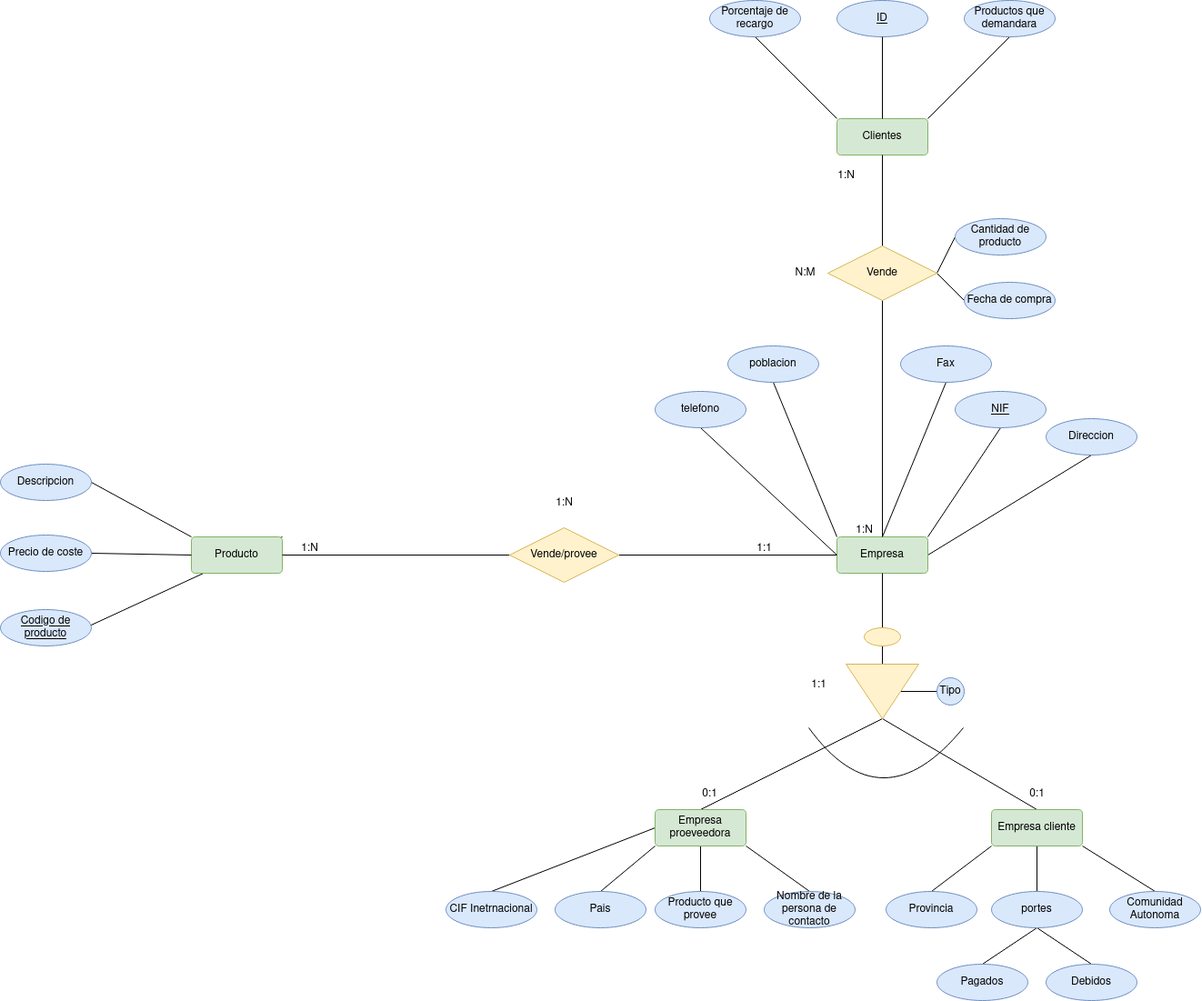
DavidRiccio/base-datos keeps this draw.io diagram as Unidad-1/Tareas/Tarea-evaluable-4/tarea-evaluable-4.drawio.png. Above is the earlier version. Source tidied: cells renumbered, new cells last; positions are measured from the earlier drawing's top-left corner, leaving out a move shared by most shapes. Its diagram source:
```xml
<mxGraphModel>
  <root>
    <mxCell id="0" />
    <mxCell id="1" parent="0" />
    <mxCell id="2" style="rounded=0;jettySize=auto;html=1;exitX=0.5;exitY=0;exitDx=0;exitDy=0;entryX=0.5;entryY=1;entryDx=0;entryDy=0;endArrow=none;endFill=0;" parent="1" edge="1" source="10" target="58">
      <mxGeometry relative="1" as="geometry" />
    </mxCell>
    <mxCell id="3" style="rounded=0;jettySize=auto;html=1;exitX=1;exitY=0.5;exitDx=0;exitDy=0;entryX=0.5;entryY=0;entryDx=0;entryDy=0;endArrow=none;endFill=0;" parent="1" edge="1" source="21" target="14">
      <mxGeometry relative="1" as="geometry" />
    </mxCell>
    <mxCell id="4" style="rounded=0;jettySize=auto;html=1;exitX=1;exitY=0.5;exitDx=0;exitDy=0;entryX=0.5;entryY=0;entryDx=0;entryDy=0;endArrow=none;endFill=0;" parent="1" edge="1" source="21" target="19">
      <mxGeometry relative="1" as="geometry" />
    </mxCell>
    <mxCell id="5" style="rounded=0;jettySize=auto;html=1;exitX=0.5;exitY=1;exitDx=0;exitDy=0;entryX=0;entryY=0.5;entryDx=0;entryDy=0;endArrow=none;endFill=0;" parent="1" edge="1" source="40" target="21">
      <mxGeometry relative="1" as="geometry" />
    </mxCell>
    <mxCell id="6" style="rounded=0;jettySize=auto;html=1;exitX=0;exitY=0.5;exitDx=0;exitDy=0;entryX=0.5;entryY=1;entryDx=0;entryDy=0;endArrow=none;endFill=0;" parent="1" edge="1" source="10" target="26">
      <mxGeometry relative="1" as="geometry" />
    </mxCell>
    <mxCell id="7" style="rounded=0;jettySize=auto;html=1;exitX=0;exitY=0;exitDx=0;exitDy=0;entryX=0.5;entryY=1;entryDx=0;entryDy=0;endArrow=none;endFill=0;" parent="1" edge="1" source="10" target="25">
      <mxGeometry relative="1" as="geometry" />
    </mxCell>
    <mxCell id="8" style="rounded=0;jettySize=auto;html=1;exitX=1;exitY=0;exitDx=0;exitDy=0;entryX=0.5;entryY=1;entryDx=0;entryDy=0;endArrow=none;endFill=0;" parent="1" edge="1" source="10" target="23">
      <mxGeometry relative="1" as="geometry" />
    </mxCell>
    <mxCell id="9" style="rounded=0;jettySize=auto;html=1;exitX=1;exitY=0.5;exitDx=0;exitDy=0;entryX=0.5;entryY=1;entryDx=0;entryDy=0;endArrow=none;endFill=0;" parent="1" edge="1" source="10" target="24">
      <mxGeometry relative="1" as="geometry" />
    </mxCell>
    <mxCell id="10" value="Empresa" style="rounded=1;arcSize=10;whiteSpace=wrap;html=1;align=center;fillColor=#d5e8d4;strokeColor=#82b366;" parent="1" vertex="1">
      <mxGeometry x="920" y="590" width="100" height="40" as="geometry" />
    </mxCell>
    <mxCell id="11" style="rounded=0;jettySize=auto;html=1;exitX=0;exitY=1;exitDx=0;exitDy=0;entryX=0.5;entryY=0;entryDx=0;entryDy=0;endArrow=none;endFill=0;" parent="1" edge="1" source="14" target="28">
      <mxGeometry relative="1" as="geometry" />
    </mxCell>
    <mxCell id="12" style="rounded=0;jettySize=auto;html=1;exitX=0.5;exitY=1;exitDx=0;exitDy=0;entryX=0.5;entryY=0;entryDx=0;entryDy=0;endArrow=none;endFill=0;" parent="1" edge="1" source="14" target="31">
      <mxGeometry relative="1" as="geometry" />
    </mxCell>
    <mxCell id="13" style="rounded=0;jettySize=auto;html=1;exitX=1;exitY=1;exitDx=0;exitDy=0;entryX=0.5;entryY=0;entryDx=0;entryDy=0;endArrow=none;endFill=0;" parent="1" edge="1" source="14" target="27">
      <mxGeometry relative="1" as="geometry" />
    </mxCell>
    <mxCell id="14" value="Empresa cliente" style="rounded=1;arcSize=10;whiteSpace=wrap;html=1;align=center;fillColor=#d5e8d4;strokeColor=#82b366;" parent="1" vertex="1">
      <mxGeometry x="1090" y="890" width="100" height="40" as="geometry" />
    </mxCell>
    <mxCell id="15" style="rounded=0;jettySize=auto;html=1;exitX=0;exitY=0.5;exitDx=0;exitDy=0;entryX=0.5;entryY=0;entryDx=0;entryDy=0;endArrow=none;endFill=0;" parent="1" edge="1" source="19" target="34">
      <mxGeometry relative="1" as="geometry" />
    </mxCell>
    <mxCell id="16" style="rounded=0;jettySize=auto;html=1;exitX=1;exitY=1;exitDx=0;exitDy=0;entryX=0.5;entryY=0;entryDx=0;entryDy=0;endArrow=none;endFill=0;" parent="1" edge="1" source="19" target="35">
      <mxGeometry relative="1" as="geometry" />
    </mxCell>
    <mxCell id="17" style="rounded=0;jettySize=auto;html=1;exitX=0;exitY=1;exitDx=0;exitDy=0;entryX=0.5;entryY=0;entryDx=0;entryDy=0;fillColor=#dae8fc;strokeColor=#000000;endArrow=none;endFill=0;" parent="1" edge="1" source="19" target="59">
      <mxGeometry relative="1" as="geometry" />
    </mxCell>
    <mxCell id="18" style="edgeStyle=orthogonalEdgeStyle;rounded=0;jettySize=auto;html=1;exitX=0.5;exitY=1;exitDx=0;exitDy=0;entryX=0.5;entryY=0;entryDx=0;entryDy=0;endArrow=none;endFill=0;" parent="1" edge="1" source="19" target="60">
      <mxGeometry relative="1" as="geometry" />
    </mxCell>
    <mxCell id="19" value="Empresa proeveedora" style="rounded=1;arcSize=10;whiteSpace=wrap;html=1;align=center;fillColor=#d5e8d4;strokeColor=#82b366;" parent="1" vertex="1">
      <mxGeometry x="720" y="890" width="100" height="40" as="geometry" />
    </mxCell>
    <mxCell id="20" style="edgeStyle=orthogonalEdgeStyle;rounded=0;jettySize=auto;html=1;endArrow=none;endFill=0;" parent="1" edge="1" source="21">
      <mxGeometry relative="1" as="geometry">
        <mxPoint x="1030" y="760" as="targetPoint" />
      </mxGeometry>
    </mxCell>
    <mxCell id="21" style="triangle;whiteSpace=wrap;html=1;rotation=90;fillColor=#fff2cc;strokeColor=#d6b656;direction=east;" parent="1" vertex="1">
      <mxGeometry x="940" y="720" width="60" height="80" as="geometry" />
    </mxCell>
    <mxCell id="22" value="Tipo" style="ellipse;whiteSpace=wrap;html=1;align=center;fillColor=#dae8fc;strokeColor=#6c8ebf;direction=south;" parent="1" vertex="1">
      <mxGeometry x="1030" y="745" width="30" height="30" as="geometry" />
    </mxCell>
    <mxCell id="23" value="NIF" style="ellipse;whiteSpace=wrap;html=1;align=center;fontStyle=4;fillColor=#dae8fc;strokeColor=#6c8ebf;" parent="1" vertex="1">
      <mxGeometry x="1050" y="430" width="100" height="40" as="geometry" />
    </mxCell>
    <mxCell id="24" value="Direccion" style="ellipse;whiteSpace=wrap;html=1;align=center;fillColor=#dae8fc;strokeColor=#6c8ebf;" parent="1" vertex="1">
      <mxGeometry x="1150" y="460" width="100" height="40" as="geometry" />
    </mxCell>
    <mxCell id="25" value="poblacion" style="ellipse;whiteSpace=wrap;html=1;align=center;fillColor=#dae8fc;strokeColor=#6c8ebf;" parent="1" vertex="1">
      <mxGeometry x="800" y="380" width="100" height="40" as="geometry" />
    </mxCell>
    <mxCell id="26" value="telefono" style="ellipse;whiteSpace=wrap;html=1;align=center;fillColor=#dae8fc;strokeColor=#6c8ebf;" parent="1" vertex="1">
      <mxGeometry x="720" y="430" width="100" height="40" as="geometry" />
    </mxCell>
    <mxCell id="27" value="Comunidad Autonoma" style="ellipse;whiteSpace=wrap;html=1;align=center;fillColor=#dae8fc;strokeColor=#6c8ebf;" parent="1" vertex="1">
      <mxGeometry x="1220" y="980" width="100" height="40" as="geometry" />
    </mxCell>
    <mxCell id="28" value="Provincia" style="ellipse;whiteSpace=wrap;html=1;align=center;fillColor=#dae8fc;strokeColor=#6c8ebf;" parent="1" vertex="1">
      <mxGeometry x="974" y="980" width="100" height="40" as="geometry" />
    </mxCell>
    <mxCell id="29" style="rounded=0;jettySize=auto;html=1;exitX=0.5;exitY=1;exitDx=0;exitDy=0;entryX=0.5;entryY=0;entryDx=0;entryDy=0;fillColor=#dae8fc;strokeColor=#000000;endArrow=none;endFill=0;" parent="1" edge="1" source="31" target="33">
      <mxGeometry relative="1" as="geometry" />
    </mxCell>
    <mxCell id="30" style="rounded=0;jettySize=auto;html=1;exitX=0.5;exitY=1;exitDx=0;exitDy=0;entryX=0.5;entryY=0;entryDx=0;entryDy=0;fillColor=#dae8fc;strokeColor=#000000;endArrow=none;endFill=0;" parent="1" edge="1" source="31" target="32">
      <mxGeometry relative="1" as="geometry" />
    </mxCell>
    <mxCell id="31" value="portes" style="ellipse;whiteSpace=wrap;html=1;align=center;fillColor=#dae8fc;strokeColor=#6c8ebf;" parent="1" vertex="1">
      <mxGeometry x="1090" y="980" width="100" height="40" as="geometry" />
    </mxCell>
    <mxCell id="32" value="Debidos" style="ellipse;whiteSpace=wrap;html=1;align=center;fillColor=#dae8fc;strokeColor=#6c8ebf;" parent="1" vertex="1">
      <mxGeometry x="1150" y="1060" width="100" height="40" as="geometry" />
    </mxCell>
    <mxCell id="33" value="Pagados" style="ellipse;whiteSpace=wrap;html=1;align=center;fillColor=#dae8fc;strokeColor=#6c8ebf;" parent="1" vertex="1">
      <mxGeometry x="1030" y="1060" width="100" height="40" as="geometry" />
    </mxCell>
    <mxCell id="34" value="CIF Inetrnacional " style="ellipse;whiteSpace=wrap;html=1;align=center;fillColor=#dae8fc;strokeColor=#6c8ebf;" parent="1" vertex="1">
      <mxGeometry x="490" y="980" width="100" height="40" as="geometry" />
    </mxCell>
    <mxCell id="35" value="Nombre de la persona de contacto" style="ellipse;whiteSpace=wrap;html=1;align=center;fillColor=#dae8fc;strokeColor=#6c8ebf;" parent="1" vertex="1">
      <mxGeometry x="840" y="980" width="100" height="40" as="geometry" />
    </mxCell>
    <mxCell id="36" style="rounded=0;jettySize=auto;html=1;exitX=0;exitY=0;exitDx=0;exitDy=0;entryX=1;entryY=0.5;entryDx=0;entryDy=0;endArrow=none;endFill=0;" parent="1" edge="1" source="38" target="46">
      <mxGeometry relative="1" as="geometry" />
    </mxCell>
    <mxCell id="37" style="rounded=0;jettySize=auto;html=1;exitX=1;exitY=0;exitDx=0;exitDy=0;entryX=0.5;entryY=1;entryDx=0;entryDy=0;endArrow=none;endFill=0;" parent="1" edge="1" source="38" target="45">
      <mxGeometry relative="1" as="geometry" />
    </mxCell>
    <mxCell id="38" value="Producto" style="rounded=1;arcSize=10;whiteSpace=wrap;html=1;align=center;fillColor=#d5e8d4;strokeColor=#82b366;" parent="1" vertex="1">
      <mxGeometry x="210" y="590" width="100" height="40" as="geometry" />
    </mxCell>
    <mxCell id="39" style="rounded=0;jettySize=auto;html=1;exitX=0.5;exitY=1;exitDx=0;exitDy=0;entryX=0.5;entryY=0;entryDx=0;entryDy=0;endArrow=none;endFill=0;" parent="1" edge="1" source="10" target="40">
      <mxGeometry relative="1" as="geometry" />
    </mxCell>
    <mxCell id="40" style="ellipse;whiteSpace=wrap;html=1;align=center;fillColor=#fff2cc;strokeColor=#d6b656;" parent="1" vertex="1">
      <mxGeometry x="950" y="690" width="40" height="20" as="geometry" />
    </mxCell>
    <mxCell id="41" style="endArrow=none;html=1;curved=1;" parent="1" edge="1">
      <mxGeometry relative="1" as="geometry">
        <mxPoint x="889" y="800" as="sourcePoint" />
        <mxPoint x="1059" y="800" as="targetPoint" />
        <Array as="points">
          <mxPoint x="969" y="910" />
        </Array>
      </mxGeometry>
    </mxCell>
    <mxCell id="42" style="endArrow=none;html=1;rounded=0;exitX=1;exitY=0.5;exitDx=0;exitDy=0;entryX=0;entryY=0.5;entryDx=0;entryDy=0;" parent="1" edge="1" source="44" target="10">
      <mxGeometry relative="1" as="geometry" />
    </mxCell>
    <mxCell id="43" style="endArrow=none;html=1;rounded=0;exitX=1;exitY=0.5;exitDx=0;exitDy=0;entryX=0;entryY=0.5;entryDx=0;entryDy=0;" parent="1" edge="1" source="38" target="44">
      <mxGeometry relative="1" as="geometry" />
    </mxCell>
    <mxCell id="44" value="Vende/provee" style="shape=rhombus;perimeter=rhombusPerimeter;whiteSpace=wrap;html=1;align=center;fillColor=#fff2cc;strokeColor=#d6b656;" parent="1" vertex="1">
      <mxGeometry x="560" y="580" width="120" height="60" as="geometry" />
    </mxCell>
    <mxCell id="45" value="Codigo de producto" style="ellipse;whiteSpace=wrap;html=1;align=center;fontStyle=4;fillColor=#dae8fc;strokeColor=#6c8ebf;" parent="1" vertex="1">
      <mxGeometry y="670" width="100" height="40" as="geometry" />
    </mxCell>
    <mxCell id="46" value="Descripcion" style="ellipse;whiteSpace=wrap;html=1;align=center;fillColor=#dae8fc;strokeColor=#6c8ebf;" parent="1" vertex="1">
      <mxGeometry y="510" width="100" height="40" as="geometry" />
    </mxCell>
    <mxCell id="47" style="rounded=0;jettySize=auto;html=1;exitX=1;exitY=0.5;exitDx=0;exitDy=0;entryX=0;entryY=0.5;entryDx=0;entryDy=0;endArrow=none;endFill=0;" parent="1" edge="1" source="48" target="38">
      <mxGeometry relative="1" as="geometry" />
    </mxCell>
    <mxCell id="48" value="Precio de coste" style="ellipse;whiteSpace=wrap;html=1;align=center;fillColor=#dae8fc;strokeColor=#6c8ebf;" parent="1" vertex="1">
      <mxGeometry y="588" width="100" height="40" as="geometry" />
    </mxCell>
    <mxCell id="49" style="rounded=0;jettySize=auto;html=1;exitX=1;exitY=0;exitDx=0;exitDy=0;entryX=0.5;entryY=1;entryDx=0;entryDy=0;endArrow=none;endFill=0;" parent="1" edge="1" source="51" target="57">
      <mxGeometry relative="1" as="geometry" />
    </mxCell>
    <mxCell id="50" style="rounded=0;jettySize=auto;html=1;exitX=0;exitY=0;exitDx=0;exitDy=0;entryX=0.5;entryY=1;entryDx=0;entryDy=0;endArrow=none;endFill=0;" parent="1" edge="1" source="51" target="56">
      <mxGeometry relative="1" as="geometry" />
    </mxCell>
    <mxCell id="51" value="Clientes" style="rounded=1;arcSize=10;whiteSpace=wrap;html=1;align=center;fillColor=#d5e8d4;strokeColor=#82b366;" parent="1" vertex="1">
      <mxGeometry x="920" y="130" width="100" height="40" as="geometry" />
    </mxCell>
    <mxCell id="52" style="endArrow=none;html=1;rounded=0;exitX=0.5;exitY=0;exitDx=0;exitDy=0;entryX=0.5;entryY=1;entryDx=0;entryDy=0;" parent="1" edge="1" source="10" target="51">
      <mxGeometry relative="1" as="geometry" />
    </mxCell>
    <mxCell id="53" style="rounded=0;jettySize=auto;html=1;exitX=1;exitY=0.5;exitDx=0;exitDy=0;entryX=0;entryY=0.5;entryDx=0;entryDy=0;endArrow=none;endFill=0;" parent="1" edge="1" source="55" target="62">
      <mxGeometry relative="1" as="geometry" />
    </mxCell>
    <mxCell id="54" style="rounded=0;jettySize=auto;html=1;entryX=0;entryY=0.5;entryDx=0;entryDy=0;endArrow=none;endFill=0;exitX=1;exitY=0.5;exitDx=0;exitDy=0;" parent="1" edge="1" source="55" target="61">
      <mxGeometry relative="1" as="geometry" />
    </mxCell>
    <mxCell id="55" value="Vende" style="shape=rhombus;perimeter=rhombusPerimeter;whiteSpace=wrap;html=1;align=center;fillColor=#fff2cc;strokeColor=#d6b656;" parent="1" vertex="1">
      <mxGeometry x="910" y="270" width="120" height="60" as="geometry" />
    </mxCell>
    <mxCell id="56" value="Porcentaje de recargo " style="ellipse;whiteSpace=wrap;html=1;align=center;fillColor=#dae8fc;strokeColor=#6c8ebf;" parent="1" vertex="1">
      <mxGeometry x="780" width="100" height="40" as="geometry" />
    </mxCell>
    <mxCell id="57" value="Productos que demandara" style="ellipse;whiteSpace=wrap;html=1;align=center;fillColor=#dae8fc;strokeColor=#6c8ebf;" parent="1" vertex="1">
      <mxGeometry x="1060" width="100" height="40" as="geometry" />
    </mxCell>
    <mxCell id="58" value="Fax" style="ellipse;whiteSpace=wrap;html=1;align=center;fillColor=#dae8fc;strokeColor=#6c8ebf;" parent="1" vertex="1">
      <mxGeometry x="990" y="380" width="100" height="40" as="geometry" />
    </mxCell>
    <mxCell id="59" value="Pais" style="ellipse;whiteSpace=wrap;html=1;align=center;fillColor=#dae8fc;strokeColor=#6c8ebf;" parent="1" vertex="1">
      <mxGeometry x="610" y="980" width="100" height="40" as="geometry" />
    </mxCell>
    <mxCell id="60" value="Producto que provee" style="ellipse;whiteSpace=wrap;html=1;align=center;fillColor=#dae8fc;strokeColor=#6c8ebf;" parent="1" vertex="1">
      <mxGeometry x="720" y="980" width="100" height="40" as="geometry" />
    </mxCell>
    <mxCell id="61" value="Cantidad de producto" style="ellipse;whiteSpace=wrap;html=1;align=center;fillColor=#dae8fc;strokeColor=#6c8ebf;" parent="1" vertex="1">
      <mxGeometry x="1050" y="240" width="100" height="40" as="geometry" />
    </mxCell>
    <mxCell id="62" value="Fecha de compra" style="ellipse;whiteSpace=wrap;html=1;align=center;fillColor=#dae8fc;strokeColor=#6c8ebf;" parent="1" vertex="1">
      <mxGeometry x="1060" y="310" width="100" height="40" as="geometry" />
    </mxCell>
    <mxCell id="63" value="ID" style="ellipse;whiteSpace=wrap;html=1;align=center;fontStyle=4;fillColor=#dae8fc;strokeColor=#6c8ebf;" parent="1" vertex="1">
      <mxGeometry x="920" width="100" height="40" as="geometry" />
    </mxCell>
    <mxCell id="64" style="endArrow=none;html=1;rounded=0;exitX=0.5;exitY=1;exitDx=0;exitDy=0;entryX=0.5;entryY=0;entryDx=0;entryDy=0;" parent="1" edge="1" source="63" target="51">
      <mxGeometry relative="1" as="geometry" />
    </mxCell>
    <mxCell id="65" value="0:1" style="text;html=1;align=center;verticalAlign=middle;strokeColor=none;fillColor=none;" parent="1" vertex="1">
      <mxGeometry x="760" y="858" width="40" height="30" as="geometry" />
    </mxCell>
    <mxCell id="66" value="0:1" style="text;html=1;align=center;verticalAlign=middle;strokeColor=none;fillColor=none;" parent="1" vertex="1">
      <mxGeometry x="1120" y="858" width="40" height="30" as="geometry" />
    </mxCell>
    <mxCell id="67" value="1:1" style="text;html=1;align=center;verticalAlign=middle;strokeColor=none;fillColor=none;" parent="1" vertex="1">
      <mxGeometry x="880" y="738" width="40" height="30" as="geometry" />
    </mxCell>
    <mxCell id="68" value="1:1" style="text;html=1;align=center;verticalAlign=middle;strokeColor=none;fillColor=none;" parent="1" vertex="1">
      <mxGeometry x="820" y="588" width="40" height="30" as="geometry" />
    </mxCell>
    <mxCell id="69" value="1:N" style="text;html=1;align=center;verticalAlign=middle;strokeColor=none;fillColor=none;" parent="1" vertex="1">
      <mxGeometry x="320" y="588" width="40" height="30" as="geometry" />
    </mxCell>
    <mxCell id="70" value="1:N" style="text;html=1;align=center;verticalAlign=middle;strokeColor=none;fillColor=none;" parent="1" vertex="1">
      <mxGeometry x="600" y="538" width="40" height="30" as="geometry" />
    </mxCell>
    <mxCell id="71" value="1:N" style="text;html=1;align=center;verticalAlign=middle;strokeColor=none;fillColor=none;" parent="1" vertex="1">
      <mxGeometry x="930" y="568" width="40" height="30" as="geometry" />
    </mxCell>
    <mxCell id="72" value="1:N" style="text;html=1;align=center;verticalAlign=middle;strokeColor=none;fillColor=none;" parent="1" vertex="1">
      <mxGeometry x="910" y="178" width="40" height="30" as="geometry" />
    </mxCell>
    <mxCell id="73" value="N:M" style="text;html=1;align=center;verticalAlign=middle;strokeColor=none;fillColor=none;" parent="1" vertex="1">
      <mxGeometry x="860" y="285" width="50" height="30" as="geometry" />
    </mxCell>
  </root>
</mxGraphModel>
```
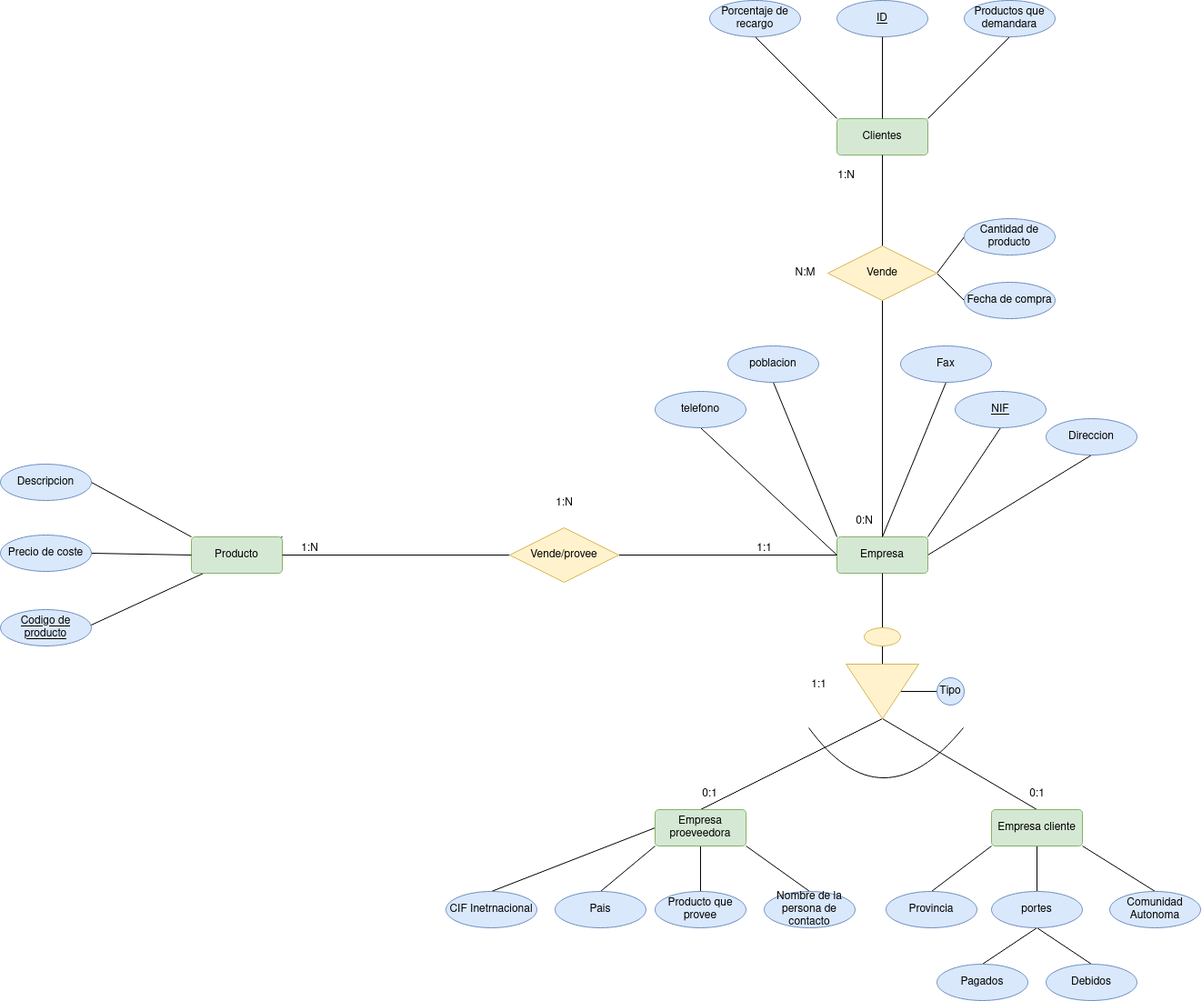
The same diagram one commit later.

Diff of the diagram source:
```diff
@@ -188,7 +188,7 @@
       <mxGeometry x="720" y="980" width="100" height="40" as="geometry" />
     </mxCell>
     <mxCell id="61" value="Cantidad de producto" style="ellipse;whiteSpace=wrap;html=1;align=center;fillColor=#dae8fc;strokeColor=#6c8ebf;" parent="1" vertex="1">
-      <mxGeometry x="1050" y="240" width="100" height="40" as="geometry" />
+      <mxGeometry x="1060" y="240" width="100" height="40" as="geometry" />
     </mxCell>
     <mxCell id="62" value="Fecha de compra" style="ellipse;whiteSpace=wrap;html=1;align=center;fillColor=#dae8fc;strokeColor=#6c8ebf;" parent="1" vertex="1">
       <mxGeometry x="1060" y="310" width="100" height="40" as="geometry" />
@@ -217,14 +217,14 @@
     <mxCell id="70" value="1:N" style="text;html=1;align=center;verticalAlign=middle;strokeColor=none;fillColor=none;" parent="1" vertex="1">
       <mxGeometry x="600" y="538" width="40" height="30" as="geometry" />
     </mxCell>
-    <mxCell id="71" value="1:N" style="text;html=1;align=center;verticalAlign=middle;strokeColor=none;fillColor=none;" parent="1" vertex="1">
-      <mxGeometry x="930" y="568" width="40" height="30" as="geometry" />
-    </mxCell>
     <mxCell id="72" value="1:N" style="text;html=1;align=center;verticalAlign=middle;strokeColor=none;fillColor=none;" parent="1" vertex="1">
       <mxGeometry x="910" y="178" width="40" height="30" as="geometry" />
     </mxCell>
     <mxCell id="73" value="N:M" style="text;html=1;align=center;verticalAlign=middle;strokeColor=none;fillColor=none;" parent="1" vertex="1">
       <mxGeometry x="860" y="285" width="50" height="30" as="geometry" />
     </mxCell>
+    <mxCell id="74" value="0:N" style="text;html=1;align=center;verticalAlign=middle;strokeColor=none;fillColor=none;" parent="1" vertex="1">
+      <mxGeometry x="930" y="558" width="40" height="30" as="geometry" />
+    </mxCell>
   </root>
 </mxGraphModel>
```
